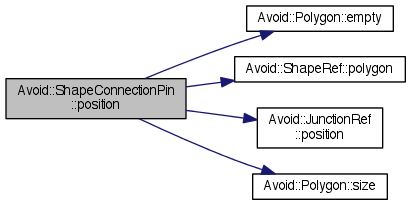
Before: documentation/classAvoid_1_1ShapeConnectionPin_ad2b8489330ed961df41adad3e4a5f88d_cgraph.png, a diagram exported from Graphviz (mjwybrow/adaptagrams). Its source is kept beside it as documentation/classAvoid_1_1ShapeConnectionPin_ad2b8489330ed961df41adad3e4a5f88d_cgraph.dot. Source of this version:
```dot
digraph "Avoid::ShapeConnectionPin::position"
{
  edge [fontname="Helvetica",fontsize="10",labelfontname="Helvetica",labelfontsize="10"];
  node [fontname="Helvetica",fontsize="10",shape=record];
  rankdir="LR";
  Node1 [label="Avoid::ShapeConnectionPin\l::position",height=0.2,width=0.4,color="black", fillcolor="grey75", style="filled" fontcolor="black"];
  Node1 -> Node2 [color="midnightblue",fontsize="10",style="solid",fontname="Helvetica"];
  Node2 [label="Avoid::Polygon::empty",height=0.2,width=0.4,color="black", fillcolor="white", style="filled",URL="$classAvoid_1_1Polygon.html#a972b0d1e8116907610b4a52973b255f4",tooltip="Returns true if this polygon is empty."];
  Node1 -> Node3 [color="midnightblue",fontsize="10",style="solid",fontname="Helvetica"];
  Node3 [label="Avoid::ShapeRef::polygon",height=0.2,width=0.4,color="black", fillcolor="white", style="filled",URL="$classAvoid_1_1ShapeRef.html#a7fc77a8dfd21e19d911266258253c429",tooltip="Returns a reference to the polygon boundary of this shape."];
  Node1 -> Node4 [color="midnightblue",fontsize="10",style="solid",fontname="Helvetica"];
  Node4 [label="Avoid::JunctionRef\l::position",height=0.2,width=0.4,color="black", fillcolor="white", style="filled",URL="$classAvoid_1_1JunctionRef.html#afaceb9ae01d3283636b188160fb1409b",tooltip="Returns the position of this junction."];
  Node1 -> Node5 [color="midnightblue",fontsize="10",style="solid",fontname="Helvetica"];
  Node5 [label="Avoid::Polygon::size",height=0.2,width=0.4,color="black", fillcolor="white", style="filled",URL="$classAvoid_1_1Polygon.html#a58c011bded47396fb1bbda2c1eeb9552",tooltip="Returns the number of points in this polygon."];
}
```
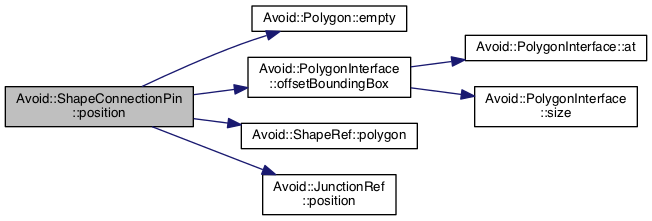
After the change.

Diff of the diagram source:
```diff
@@ -3,13 +3,17 @@
   edge [fontname="Helvetica",fontsize="10",labelfontname="Helvetica",labelfontsize="10"];
   node [fontname="Helvetica",fontsize="10",shape=record];
   rankdir="LR";
-  Node1 [label="Avoid::ShapeConnectionPin\l::position",height=0.2,width=0.4,color="black", fillcolor="grey75", style="filled" fontcolor="black"];
+  Node1 [label="Avoid::ShapeConnectionPin\l::position",height=0.2,width=0.4,color="black", fillcolor="grey75", style="filled", fontcolor="black"];
   Node1 -> Node2 [color="midnightblue",fontsize="10",style="solid",fontname="Helvetica"];
-  Node2 [label="Avoid::Polygon::empty",height=0.2,width=0.4,color="black", fillcolor="white", style="filled",URL="$classAvoid_1_1Polygon.html#a972b0d1e8116907610b4a52973b255f4",tooltip="Returns true if this polygon is empty."];
+  Node2 [label="Avoid::Polygon::empty",height=0.2,width=0.4,color="black", fillcolor="white", style="filled",URL="$classAvoid_1_1Polygon.html#a972b0d1e8116907610b4a52973b255f4",tooltip="Returns true if this polygon is empty. "];
   Node1 -> Node3 [color="midnightblue",fontsize="10",style="solid",fontname="Helvetica"];
-  Node3 [label="Avoid::ShapeRef::polygon",height=0.2,width=0.4,color="black", fillcolor="white", style="filled",URL="$classAvoid_1_1ShapeRef.html#a7fc77a8dfd21e19d911266258253c429",tooltip="Returns a reference to the polygon boundary of this shape."];
-  Node1 -> Node4 [color="midnightblue",fontsize="10",style="solid",fontname="Helvetica"];
-  Node4 [label="Avoid::JunctionRef\l::position",height=0.2,width=0.4,color="black", fillcolor="white", style="filled",URL="$classAvoid_1_1JunctionRef.html#afaceb9ae01d3283636b188160fb1409b",tooltip="Returns the position of this junction."];
-  Node1 -> Node5 [color="midnightblue",fontsize="10",style="solid",fontname="Helvetica"];
-  Node5 [label="Avoid::Polygon::size",height=0.2,width=0.4,color="black", fillcolor="white", style="filled",URL="$classAvoid_1_1Polygon.html#a58c011bded47396fb1bbda2c1eeb9552",tooltip="Returns the number of points in this polygon."];
+  Node3 [label="Avoid::PolygonInterface\l::offsetBoundingBox",height=0.2,width=0.4,color="black", fillcolor="white", style="filled",URL="$classAvoid_1_1PolygonInterface.html#af92b37a9eddfc22618faf49f74aa0df7",tooltip="Returns the bounding rectangle that contains this polygon with optionally some buffer space around it..."];
+  Node3 -> Node4 [color="midnightblue",fontsize="10",style="solid",fontname="Helvetica"];
+  Node4 [label="Avoid::PolygonInterface::at",height=0.2,width=0.4,color="black", fillcolor="white", style="filled",URL="$classAvoid_1_1PolygonInterface.html#a951dedf93a692fc9dccdada741d9ebe5",tooltip="Returns a specific point in the polygon. "];
+  Node3 -> Node5 [color="midnightblue",fontsize="10",style="solid",fontname="Helvetica"];
+  Node5 [label="Avoid::PolygonInterface\l::size",height=0.2,width=0.4,color="black", fillcolor="white", style="filled",URL="$classAvoid_1_1PolygonInterface.html#ab191f5c82a665cc074576bae9f304e8d",tooltip="Returns the number of points in this polygon. "];
+  Node1 -> Node6 [color="midnightblue",fontsize="10",style="solid",fontname="Helvetica"];
+  Node6 [label="Avoid::ShapeRef::polygon",height=0.2,width=0.4,color="black", fillcolor="white", style="filled",URL="$classAvoid_1_1ShapeRef.html#a7fc77a8dfd21e19d911266258253c429",tooltip="Returns a reference to the polygon boundary of this shape. "];
+  Node1 -> Node7 [color="midnightblue",fontsize="10",style="solid",fontname="Helvetica"];
+  Node7 [label="Avoid::JunctionRef\l::position",height=0.2,width=0.4,color="black", fillcolor="white", style="filled",URL="$classAvoid_1_1JunctionRef.html#afaceb9ae01d3283636b188160fb1409b",tooltip="Returns the position of this junction. "];
 }
```
